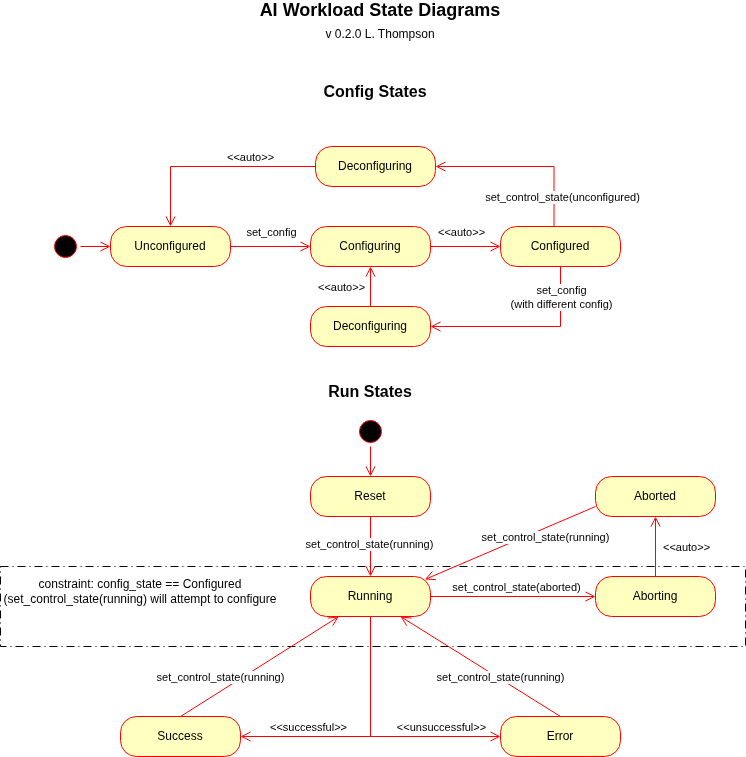
open-traffic-generator/aidcb-models keeps this draw.io diagram as images/AI_Workload_State_Diagrams.drawio.png. Above is the earlier version. Source tidied: cells renumbered, new cells last; positions are measured from the earlier drawing's top-left corner, leaving out a move shared by most shapes.
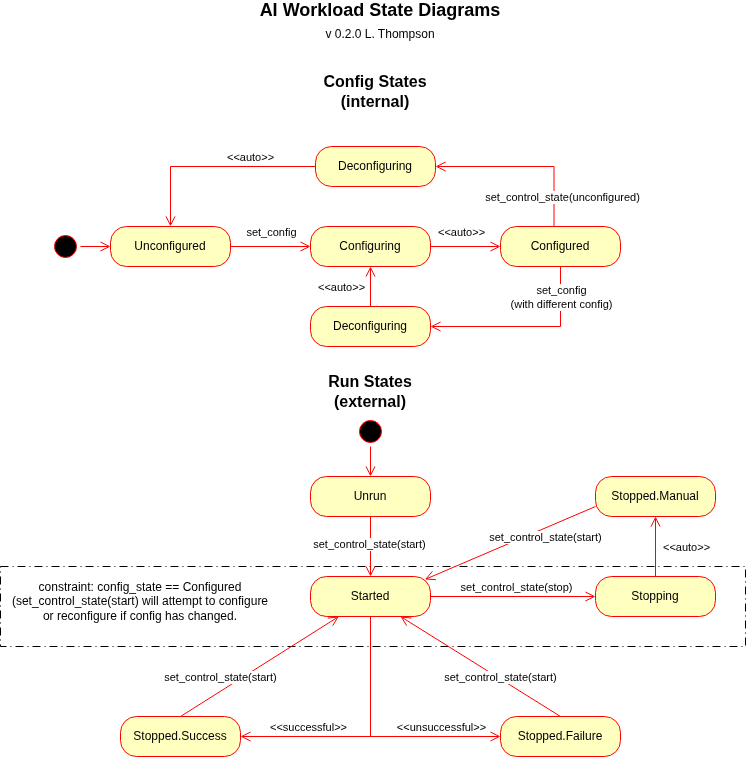
The same diagram one commit later.

Commit message:
update cobalt drawings

The edit, as a diff of the source:
```diff
@@ -39,10 +39,10 @@
     <mxCell id="12" value="AI Workload State Diagrams&lt;br&gt;&lt;span style=&quot;font-weight: normal;&quot;&gt;&lt;font style=&quot;font-size: 12px;&quot;&gt;v 0.2.0 L. Thompson&lt;/font&gt;&lt;/span&gt;" style="text;html=1;whiteSpace=wrap;strokeColor=none;fillColor=none;align=center;verticalAlign=middle;rounded=0;fontStyle=1;fontSize=18;" parent="1" vertex="1">
       <mxGeometry x="215" width="330" height="30" as="geometry" />
     </mxCell>
-    <mxCell id="13" value="Config States" style="text;html=1;whiteSpace=wrap;strokeColor=none;fillColor=none;align=center;verticalAlign=middle;rounded=0;fontStyle=1;fontSize=16;" parent="1" vertex="1">
+    <mxCell id="13" value="Config States (internal)" style="text;html=1;whiteSpace=wrap;strokeColor=none;fillColor=none;align=center;verticalAlign=middle;rounded=0;fontStyle=1;fontSize=16;" parent="1" vertex="1">
       <mxGeometry x="310" y="70" width="130" height="30" as="geometry" />
     </mxCell>
-    <mxCell id="14" value="Run States" style="text;html=1;whiteSpace=wrap;strokeColor=none;fillColor=none;align=center;verticalAlign=middle;rounded=0;fontStyle=1;fontSize=16;" parent="1" vertex="1">
+    <mxCell id="14" value="Run States&lt;br&gt;(external)" style="text;html=1;whiteSpace=wrap;strokeColor=none;fillColor=none;align=center;verticalAlign=middle;rounded=0;fontStyle=1;fontSize=16;" parent="1" vertex="1">
       <mxGeometry x="305" y="370" width="130" height="30" as="geometry" />
     </mxCell>
     <mxCell id="15" style="ellipse;html=1;shape=startState;fillColor=#000000;strokeColor=#ff0000;" parent="1" vertex="1">
@@ -51,27 +51,27 @@
     <mxCell id="16" style="edgeStyle=orthogonalEdgeStyle;html=1;verticalAlign=bottom;endArrow=open;endSize=8;strokeColor=#ff0000;rounded=0;entryX=0.5;entryY=0;entryDx=0;entryDy=0;exitX=0.5;exitY=1;exitDx=0;exitDy=0;" parent="1" edge="1" source="15" target="17">
       <mxGeometry relative="1" as="geometry" />
     </mxCell>
-    <mxCell id="17" value="Reset" style="rounded=1;whiteSpace=wrap;html=1;arcSize=40;fontColor=#000000;fillColor=#ffffc0;strokeColor=#ff0000;" parent="1" vertex="1">
+    <mxCell id="17" value="Unrun" style="rounded=1;whiteSpace=wrap;html=1;arcSize=40;fontColor=#000000;fillColor=#ffffc0;strokeColor=#ff0000;" parent="1" vertex="1">
       <mxGeometry x="310" y="470" width="120" height="40" as="geometry" />
     </mxCell>
     <mxCell id="18" style="edgeStyle=orthogonalEdgeStyle;html=1;verticalAlign=bottom;endArrow=open;endSize=8;strokeColor=#ff0000;rounded=0;exitX=0.5;exitY=1;exitDx=0;exitDy=0;entryX=0.5;entryY=0;entryDx=0;entryDy=0;" parent="1" edge="1" source="17" target="19">
       <mxGeometry relative="1" as="geometry" />
     </mxCell>
-    <mxCell id="19" value="Running" style="rounded=1;whiteSpace=wrap;html=1;arcSize=40;fontColor=#000000;fillColor=#ffffc0;strokeColor=#ff0000;" parent="1" vertex="1">
+    <mxCell id="19" value="Started" style="rounded=1;whiteSpace=wrap;html=1;arcSize=40;fontColor=#000000;fillColor=#ffffc0;strokeColor=#ff0000;" parent="1" vertex="1">
       <mxGeometry x="310" y="570" width="120" height="40" as="geometry" />
     </mxCell>
-    <mxCell id="20" value="Aborting" style="rounded=1;whiteSpace=wrap;html=1;arcSize=40;fontColor=#000000;fillColor=#ffffc0;strokeColor=#ff0000;" parent="1" vertex="1">
+    <mxCell id="20" value="Stopping" style="rounded=1;whiteSpace=wrap;html=1;arcSize=40;fontColor=#000000;fillColor=#ffffc0;strokeColor=#ff0000;" parent="1" vertex="1">
       <mxGeometry x="595" y="570" width="120" height="40" as="geometry" />
     </mxCell>
     <mxCell id="21" style="edgeStyle=orthogonalEdgeStyle;html=1;verticalAlign=bottom;endArrow=open;endSize=8;strokeColor=#ff0000;rounded=0;entryX=0;entryY=0.5;entryDx=0;entryDy=0;exitX=1;exitY=0.5;exitDx=0;exitDy=0;" parent="1" edge="1" source="19" target="20">
       <mxGeometry relative="1" as="geometry" />
     </mxCell>
-    <mxCell id="22" value="set_control_state(aborted)" style="edgeLabel;html=1;align=center;verticalAlign=middle;" parent="21" vertex="1">
+    <mxCell id="22" value="set_control_state(stop)" style="edgeLabel;html=1;align=center;verticalAlign=middle;" parent="21" vertex="1">
       <mxGeometry x="-0.31" y="3" relative="1" as="geometry">
         <mxPoint x="28" y="-7" as="offset" />
       </mxGeometry>
     </mxCell>
-    <mxCell id="23" value="set_control_state(running)" style="edgeLabel;html=1;align=center;verticalAlign=middle;" parent="1" vertex="1">
+    <mxCell id="23" value="set_control_state(start)" style="edgeLabel;html=1;align=center;verticalAlign=middle;" parent="1" vertex="1">
       <mxGeometry x="395" y="610" as="geometry">
         <mxPoint x="-27" y="-73" as="offset" />
       </mxGeometry>
@@ -84,14 +84,14 @@
         <mxPoint x="33" y="-9" as="offset" />
       </mxGeometry>
     </mxCell>
-    <mxCell id="26" value="Aborted" style="rounded=1;whiteSpace=wrap;html=1;arcSize=40;fontColor=#000000;fillColor=#ffffc0;strokeColor=#ff0000;" parent="1" vertex="1">
+    <mxCell id="26" value="Stopped.Manual" style="rounded=1;whiteSpace=wrap;html=1;arcSize=40;fontColor=#000000;fillColor=#ffffc0;strokeColor=#ff0000;" parent="1" vertex="1">
       <mxGeometry x="595" y="470" width="120" height="40" as="geometry" />
     </mxCell>
-    <mxCell id="27" value="&lt;span style=&quot;color: rgb(0, 0, 0); font-family: Helvetica; font-size: 11px; font-style: normal; font-variant-ligatures: normal; font-variant-caps: normal; font-weight: 400; letter-spacing: normal; orphans: 2; text-align: center; text-indent: 0px; text-transform: none; widows: 2; word-spacing: 0px; -webkit-text-stroke-width: 0px; white-space: nowrap; background-color: rgb(255, 255, 255); text-decoration-thickness: initial; text-decoration-style: initial; text-decoration-color: initial; display: inline !important; float: none;&quot;&gt;set_control_state(running)&lt;/span&gt;" style="html=1;verticalAlign=bottom;endArrow=open;endSize=8;strokeColor=#ff0000;rounded=0;exitX=0;exitY=0.75;exitDx=0;exitDy=0;entryX=0.953;entryY=0.075;entryDx=0;entryDy=0;entryPerimeter=0;" parent="1" edge="1" source="26" target="19">
+    <mxCell id="27" value="&lt;span style=&quot;color: rgb(0, 0, 0); font-family: Helvetica; font-size: 11px; font-style: normal; font-variant-ligatures: normal; font-variant-caps: normal; font-weight: 400; letter-spacing: normal; orphans: 2; text-align: center; text-indent: 0px; text-transform: none; widows: 2; word-spacing: 0px; -webkit-text-stroke-width: 0px; white-space: nowrap; background-color: rgb(255, 255, 255); text-decoration-thickness: initial; text-decoration-style: initial; text-decoration-color: initial; display: inline !important; float: none;&quot;&gt;set_control_state(start)&lt;/span&gt;" style="html=1;verticalAlign=bottom;endArrow=open;endSize=8;strokeColor=#ff0000;rounded=0;exitX=0;exitY=0.75;exitDx=0;exitDy=0;entryX=0.953;entryY=0.075;entryDx=0;entryDy=0;entryPerimeter=0;" parent="1" edge="1" source="26" target="19">
       <mxGeometry x="-0.34" y="17" relative="1" as="geometry" />
     </mxCell>
-    <mxCell id="28" value="constraint: config_state == Configured&lt;div&gt;(set_control_state(running) will attempt to configure&lt;/div&gt;" style="text;html=1;whiteSpace=wrap;strokeColor=none;fillColor=none;align=center;verticalAlign=middle;rounded=0;" parent="1" vertex="1">
-      <mxGeometry y="570" width="280" height="30" as="geometry" />
+    <mxCell id="28" value="constraint: config_state == Configured&lt;div&gt;(set_control_state(start) will attempt to configure&lt;br&gt;or reconfigure if config has changed.&lt;/div&gt;" style="text;html=1;whiteSpace=wrap;strokeColor=none;fillColor=none;align=center;verticalAlign=middle;rounded=0;" parent="1" vertex="1">
+      <mxGeometry y="570" width="280" height="50" as="geometry" />
     </mxCell>
     <mxCell id="29" value="Deconfiguring" style="rounded=1;whiteSpace=wrap;html=1;arcSize=40;fontColor=#000000;fillColor=#ffffc0;strokeColor=#ff0000;" parent="1" vertex="1">
       <mxGeometry x="310" y="300" width="120" height="40" as="geometry" />
@@ -131,10 +131,10 @@
     <mxCell id="37" value="&amp;lt;&amp;lt;auto&amp;gt;&amp;gt;" style="edgeStyle=orthogonalEdgeStyle;html=1;verticalAlign=bottom;endArrow=open;endSize=8;strokeColor=#ff0000;rounded=0;entryX=0.5;entryY=0;entryDx=0;entryDy=0;exitX=0;exitY=0.5;exitDx=0;exitDy=0;" parent="1" edge="1" source="34" target="5">
       <mxGeometry x="-0.37" relative="1" as="geometry" />
     </mxCell>
-    <mxCell id="38" value="Error" style="rounded=1;whiteSpace=wrap;html=1;arcSize=40;fontColor=#000000;fillColor=#ffffc0;strokeColor=#ff0000;" parent="1" vertex="1">
+    <mxCell id="38" value="Stopped.Failure" style="rounded=1;whiteSpace=wrap;html=1;arcSize=40;fontColor=#000000;fillColor=#ffffc0;strokeColor=#ff0000;" parent="1" vertex="1">
       <mxGeometry x="500" y="710" width="120" height="40" as="geometry" />
     </mxCell>
-    <mxCell id="39" value="Success" style="rounded=1;whiteSpace=wrap;html=1;arcSize=40;fontColor=#000000;fillColor=#ffffc0;strokeColor=#ff0000;" parent="1" vertex="1">
+    <mxCell id="39" value="Stopped.Success" style="rounded=1;whiteSpace=wrap;html=1;arcSize=40;fontColor=#000000;fillColor=#ffffc0;strokeColor=#ff0000;" parent="1" vertex="1">
       <mxGeometry x="120" y="710" width="120" height="40" as="geometry" />
     </mxCell>
     <mxCell id="40" style="edgeStyle=orthogonalEdgeStyle;html=1;verticalAlign=bottom;endArrow=open;endSize=8;strokeColor=#ff0000;rounded=0;exitX=0.5;exitY=1;exitDx=0;exitDy=0;entryX=1;entryY=0.5;entryDx=0;entryDy=0;" parent="1" edge="1" source="19" target="39">
@@ -153,10 +153,10 @@
         <mxPoint x="23" y="-9" as="offset" />
       </mxGeometry>
     </mxCell>
-    <mxCell id="44" value="&lt;span style=&quot;color: rgb(0, 0, 0); font-family: Helvetica; font-size: 11px; font-style: normal; font-variant-ligatures: normal; font-variant-caps: normal; font-weight: 400; letter-spacing: normal; orphans: 2; text-align: center; text-indent: 0px; text-transform: none; widows: 2; word-spacing: 0px; -webkit-text-stroke-width: 0px; white-space: nowrap; background-color: rgb(255, 255, 255); text-decoration-thickness: initial; text-decoration-style: initial; text-decoration-color: initial; display: inline !important; float: none;&quot;&gt;set_control_state(running)&lt;/span&gt;" style="html=1;verticalAlign=bottom;endArrow=open;endSize=8;strokeColor=#ff0000;rounded=0;exitX=0.5;exitY=0;exitDx=0;exitDy=0;" parent="1" edge="1" source="39" target="19">
+    <mxCell id="44" value="&lt;span style=&quot;color: rgb(0, 0, 0); font-family: Helvetica; font-size: 11px; font-style: normal; font-variant-ligatures: normal; font-variant-caps: normal; font-weight: 400; letter-spacing: normal; orphans: 2; text-align: center; text-indent: 0px; text-transform: none; widows: 2; word-spacing: 0px; -webkit-text-stroke-width: 0px; white-space: nowrap; background-color: rgb(255, 255, 255); text-decoration-thickness: initial; text-decoration-style: initial; text-decoration-color: initial; display: inline !important; float: none;&quot;&gt;set_control_state(start)&lt;/span&gt;" style="html=1;verticalAlign=bottom;endArrow=open;endSize=8;strokeColor=#ff0000;rounded=0;exitX=0.5;exitY=0;exitDx=0;exitDy=0;" parent="1" edge="1" source="39" target="19">
       <mxGeometry x="-0.47" y="4" relative="1" as="geometry" />
     </mxCell>
-    <mxCell id="45" value="&lt;span style=&quot;color: rgb(0, 0, 0); font-family: Helvetica; font-size: 11px; font-style: normal; font-variant-ligatures: normal; font-variant-caps: normal; font-weight: 400; letter-spacing: normal; orphans: 2; text-align: center; text-indent: 0px; text-transform: none; widows: 2; word-spacing: 0px; -webkit-text-stroke-width: 0px; white-space: nowrap; background-color: rgb(255, 255, 255); text-decoration-thickness: initial; text-decoration-style: initial; text-decoration-color: initial; display: inline !important; float: none;&quot;&gt;set_control_state(running)&lt;/span&gt;" style="html=1;verticalAlign=bottom;endArrow=open;endSize=8;strokeColor=#ff0000;rounded=0;exitX=0.5;exitY=0;exitDx=0;exitDy=0;" parent="1" edge="1" source="38">
+    <mxCell id="45" value="&lt;span style=&quot;color: rgb(0, 0, 0); font-family: Helvetica; font-size: 11px; font-style: normal; font-variant-ligatures: normal; font-variant-caps: normal; font-weight: 400; letter-spacing: normal; orphans: 2; text-align: center; text-indent: 0px; text-transform: none; widows: 2; word-spacing: 0px; -webkit-text-stroke-width: 0px; white-space: nowrap; background-color: rgb(255, 255, 255); text-decoration-thickness: initial; text-decoration-style: initial; text-decoration-color: initial; display: inline !important; float: none;&quot;&gt;set_control_state(start)&lt;/span&gt;" style="html=1;verticalAlign=bottom;endArrow=open;endSize=8;strokeColor=#ff0000;rounded=0;exitX=0.5;exitY=0;exitDx=0;exitDy=0;" parent="1" edge="1" source="38">
       <mxGeometry x="-0.29" y="6" relative="1" as="geometry">
         <mxPoint x="400" y="610" as="targetPoint" />
       </mxGeometry>
```
